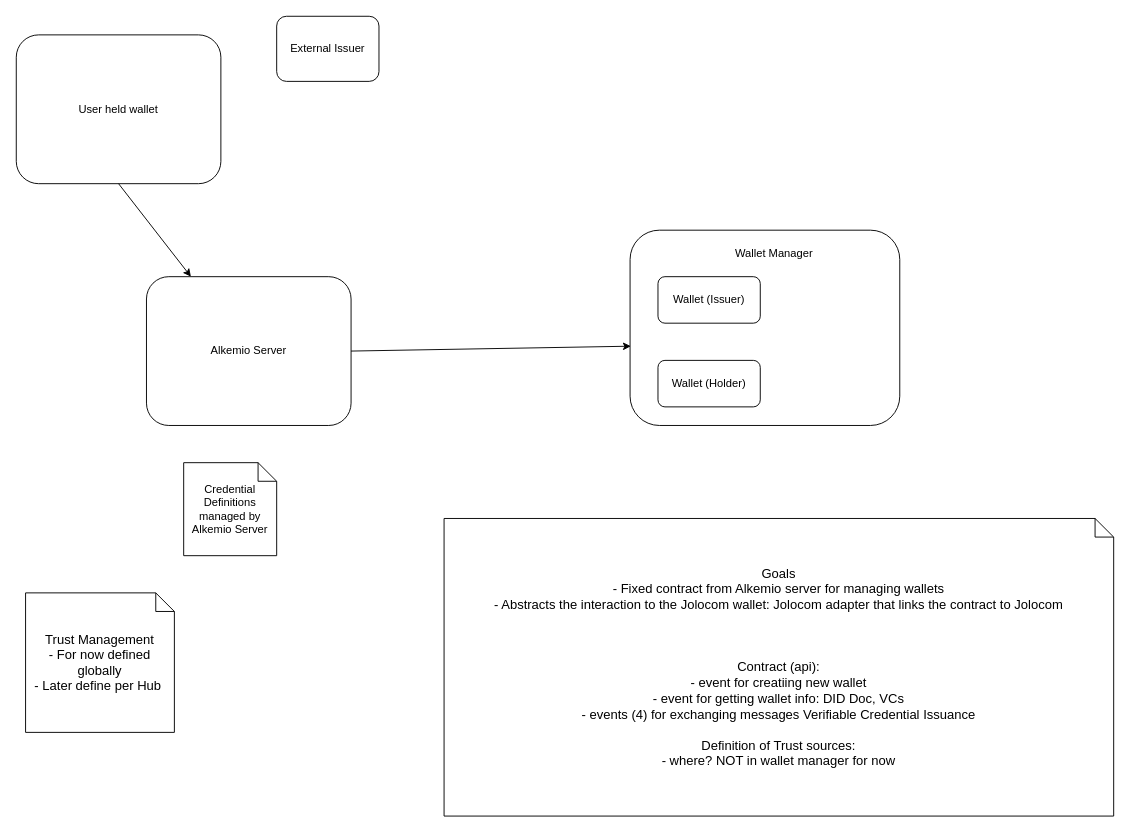
The draw.io diagram docs/diagrams/wallet-manager-relationships.drawio in alkem-io/wallet-manager, before the edit. Source tidied: cells renumbered, new cells numbered last; positions are measured from the earlier drawing's top-left corner, leaving out a move shared by most shapes. Both pictures are drawn from the tidied source at 93%, with x=0, y=0 at pixel (16, 16).
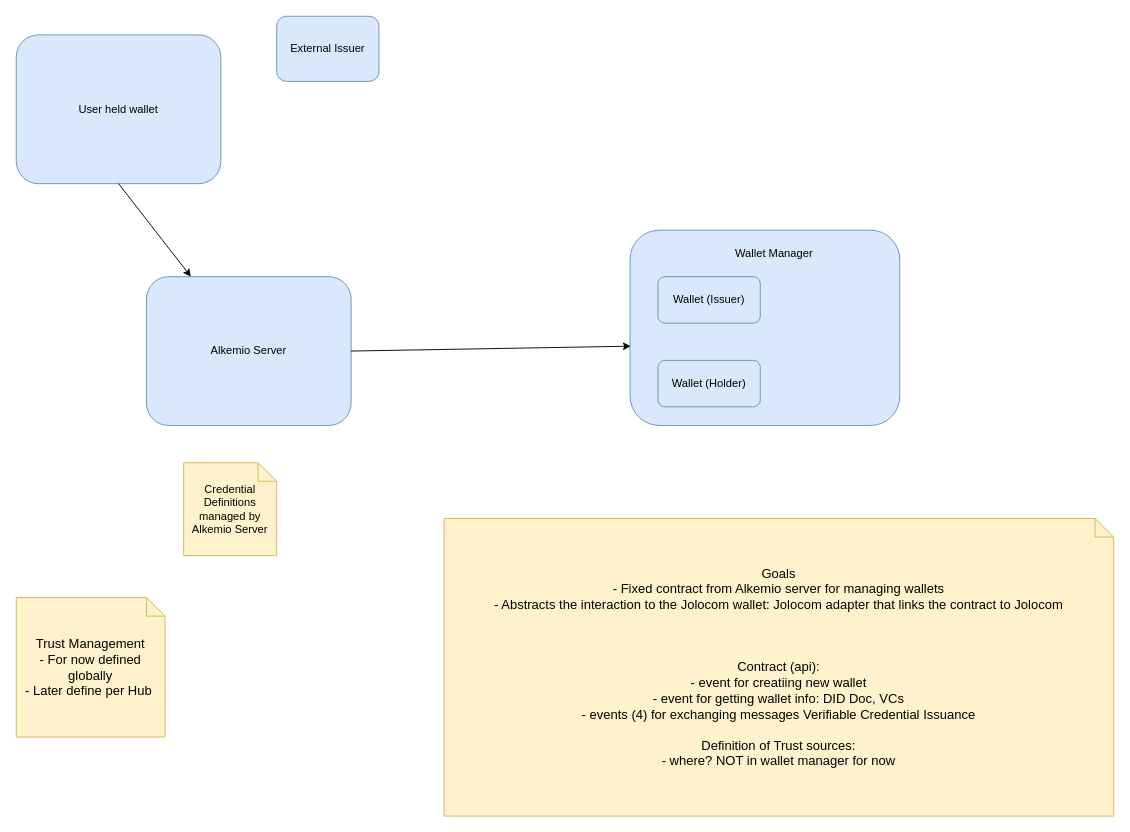
The same diagram, later.

Diff of the diagram source:
```diff
@@
 <mxGraphModel>
   <root>
     <mxCell id="0" />
     <mxCell id="1" parent="0" />
-    <mxCell id="2" value="Alkemio Server" style="rounded=1;whiteSpace=wrap;html=1;" parent="1" vertex="1">
+    <mxCell id="2" value="Alkemio Server" style="rounded=1;whiteSpace=wrap;html=1;fillColor=#dae8fc;strokeColor=#6c8ebf;fontColor=#000000;" parent="1" vertex="1">
       <mxGeometry x="140" y="280" width="220" height="160" as="geometry" />
     </mxCell>
-    <mxCell id="3" value="&lt;font style=&quot;font-size: 14px&quot;&gt;Goals&lt;br&gt;- Fixed contract from Alkemio server for managing wallets&lt;br&gt;- Abstracts the interaction to the Jolocom wallet: Jolocom adapter that links the contract to Jolocom&lt;br&gt;&lt;br&gt;&lt;br&gt;&lt;br&gt;Contract (api):&lt;br&gt;- event for creatiing new wallet&lt;br&gt;- event for getting wallet info: DID Doc, VCs&lt;br&gt;- events (4) for&amp;nbsp;exchanging messages&amp;nbsp;Verifiable Credential Issuance&lt;br&gt;&lt;br&gt;Definition of Trust sources:&lt;br&gt;- where? NOT in wallet manager for now&lt;/font&gt;" style="shape=note;size=20;whiteSpace=wrap;html=1;" parent="1" vertex="1">
+    <mxCell id="3" value="&lt;font style=&quot;font-size: 14px&quot;&gt;Goals&lt;br&gt;- Fixed contract from Alkemio server for managing wallets&lt;br&gt;- Abstracts the interaction to the Jolocom wallet: Jolocom adapter that links the contract to Jolocom&lt;br&gt;&lt;br&gt;&lt;br&gt;&lt;br&gt;Contract (api):&lt;br&gt;- event for creatiing new wallet&lt;br&gt;- event for getting wallet info: DID Doc, VCs&lt;br&gt;- events (4) for&amp;nbsp;exchanging messages&amp;nbsp;Verifiable Credential Issuance&lt;br&gt;&lt;br&gt;Definition of Trust sources:&lt;br&gt;- where? NOT in wallet manager for now&lt;/font&gt;" style="shape=note;size=20;whiteSpace=wrap;html=1;fillColor=#fff2cc;strokeColor=#d6b656;fontColor=#000000;" parent="1" vertex="1">
       <mxGeometry x="460" y="540" width="720" height="320" as="geometry" />
     </mxCell>
-    <mxCell id="4" value="&lt;font style=&quot;font-size: 14px&quot;&gt;Trust Management&lt;br&gt;- For now defined globally&lt;br&gt;- Later define per Hub&amp;nbsp;&lt;/font&gt;" style="shape=note;size=20;whiteSpace=wrap;html=1;" parent="1" vertex="1">
-      <mxGeometry x="10" y="620" width="160" height="150" as="geometry" />
+    <mxCell id="4" value="&lt;font style=&quot;font-size: 14px&quot;&gt;Trust Management&lt;br&gt;- For now defined globally&lt;br&gt;- Later define per Hub&amp;nbsp;&lt;/font&gt;" style="shape=note;size=20;whiteSpace=wrap;html=1;fillColor=#fff2cc;strokeColor=#d6b656;fontColor=#000000;" parent="1" vertex="1">
+      <mxGeometry y="625" width="160" height="150" as="geometry" />
     </mxCell>
-    <mxCell id="5" value="User held wallet" style="rounded=1;whiteSpace=wrap;html=1;" parent="1" vertex="1">
+    <mxCell id="5" value="User held wallet" style="rounded=1;whiteSpace=wrap;html=1;fillColor=#dae8fc;strokeColor=#6c8ebf;fontColor=#000000;" parent="1" vertex="1">
       <mxGeometry y="20" width="220" height="160" as="geometry" />
     </mxCell>
-    <mxCell id="6" style="endArrow=classic;html=1;exitX=0.5;exitY=1;exitDx=0;exitDy=0;" parent="1" edge="1" source="5" target="2">
+    <mxCell id="6" style="endArrow=classic;html=1;exitX=0.5;exitY=1;exitDx=0;exitDy=0;fontColor=#000000;" parent="1" edge="1" source="5" target="2">
       <mxGeometry relative="1" as="geometry" />
     </mxCell>
-    <mxCell id="7" style="endArrow=classic;startArrow=none;html=1;exitX=1;exitY=0.5;exitDx=0;exitDy=0;entryX=0.003;entryY=0.594;entryDx=0;entryDy=0;entryPerimeter=0;startFill=0;" parent="1" edge="1" source="2" target="10">
+    <mxCell id="7" style="endArrow=classic;startArrow=none;html=1;exitX=1;exitY=0.5;exitDx=0;exitDy=0;entryX=0.003;entryY=0.594;entryDx=0;entryDy=0;entryPerimeter=0;startFill=0;fontColor=#000000;" parent="1" edge="1" source="2" target="10">
       <mxGeometry relative="1" as="geometry" />
     </mxCell>
-    <mxCell id="8" value="External Issuer" style="rounded=1;whiteSpace=wrap;html=1;" parent="1" vertex="1">
+    <mxCell id="8" value="External Issuer" style="rounded=1;whiteSpace=wrap;html=1;fillColor=#dae8fc;strokeColor=#6c8ebf;fontColor=#000000;" parent="1" vertex="1">
       <mxGeometry x="280" width="110" height="70" as="geometry" />
     </mxCell>
-    <mxCell id="9" style="group;" parent="1" vertex="1">
+    <mxCell id="9" style="group;fontColor=#000000;" parent="1" vertex="1">
       <mxGeometry x="660" y="280" width="290" height="160" as="geometry" />
     </mxCell>
-    <mxCell id="10" style="rounded=1;whiteSpace=wrap;html=1;" parent="9" vertex="1">
+    <mxCell id="10" style="rounded=1;whiteSpace=wrap;html=1;fillColor=#dae8fc;strokeColor=#6c8ebf;fontColor=#000000;" parent="9" vertex="1">
       <mxGeometry y="-50" width="290" height="210" as="geometry" />
     </mxCell>
-    <mxCell id="11" value="Wallet (Issuer)" style="rounded=1;whiteSpace=wrap;html=1;direction=south;" parent="9" vertex="1">
+    <mxCell id="11" value="Wallet (Issuer)" style="rounded=1;whiteSpace=wrap;html=1;direction=south;fillColor=#dae8fc;strokeColor=#6c8ebf;fontColor=#000000;" parent="9" vertex="1">
       <mxGeometry x="30" width="110" height="50" as="geometry" />
     </mxCell>
-    <mxCell id="12" value="Wallet (Holder)" style="rounded=1;whiteSpace=wrap;html=1;direction=south;" parent="9" vertex="1">
+    <mxCell id="12" value="Wallet (Holder)" style="rounded=1;whiteSpace=wrap;html=1;direction=south;fillColor=#dae8fc;strokeColor=#6c8ebf;fontColor=#000000;" parent="9" vertex="1">
       <mxGeometry x="30" y="90" width="110" height="50" as="geometry" />
     </mxCell>
-    <mxCell id="13" value="Credential Definitions managed by Alkemio Server" style="shape=note;size=20;whiteSpace=wrap;html=1;" parent="1" vertex="1">
+    <mxCell id="13" value="Credential Definitions managed by Alkemio Server" style="shape=note;size=20;whiteSpace=wrap;html=1;fillColor=#fff2cc;strokeColor=#d6b656;fontColor=#000000;" parent="1" vertex="1">
       <mxGeometry x="180" y="480" width="100" height="100" as="geometry" />
     </mxCell>
-    <mxCell id="14" value="Wallet Manager" style="text;html=1;strokeColor=none;fillColor=none;align=center;verticalAlign=middle;whiteSpace=wrap;rounded=0;" parent="1" vertex="1">
+    <mxCell id="14" value="Wallet Manager" style="text;html=1;strokeColor=none;fillColor=none;align=center;verticalAlign=middle;whiteSpace=wrap;rounded=0;fontColor=#000000;" parent="1" vertex="1">
       <mxGeometry x="710" y="240" width="210" height="30" as="geometry" />
     </mxCell>
   </root>
 </mxGraphModel>
```
